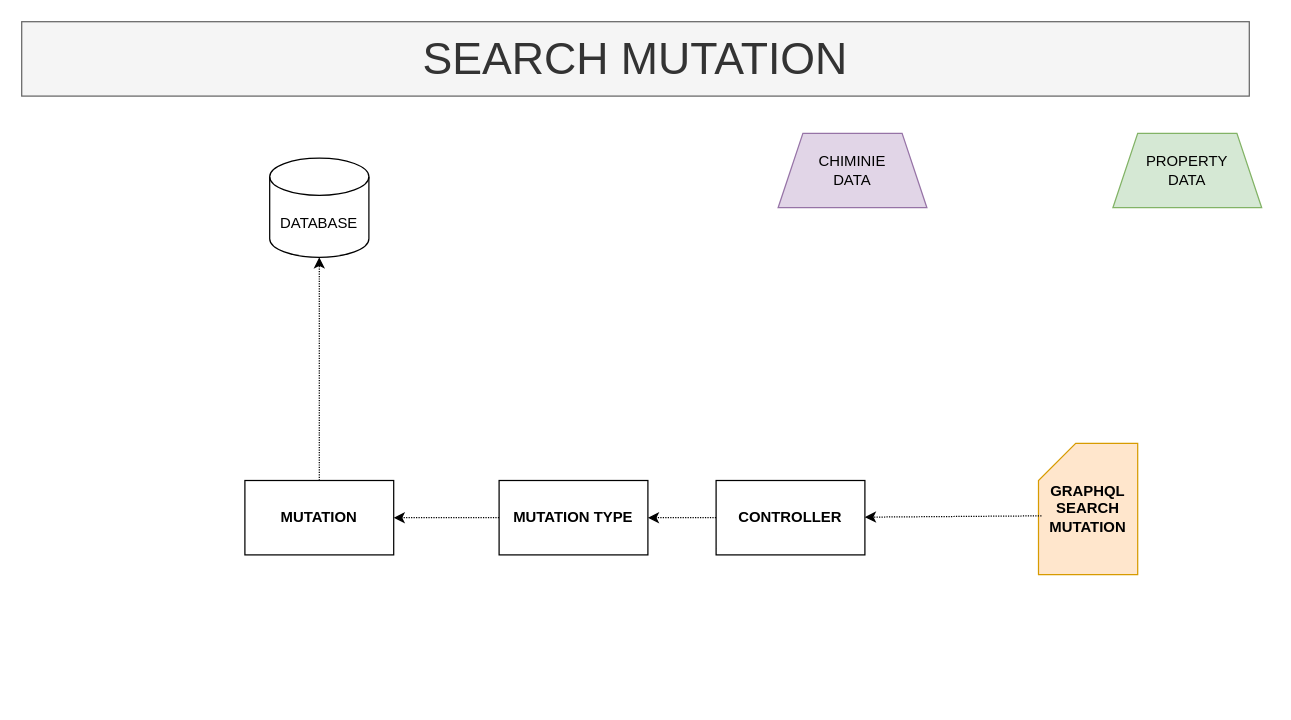
Above: page "search mutation" (1 of 2) of devops/property-dealer.drawio in kingsley-ijomah/draw.io (draw.io), before the change. Source tidied: cells renumbered, new cells numbered last; positions are measured from the earlier drawing's top-left corner, leaving out a move shared by most shapes. Both pictures are drawn from the tidied source at 124%, with x=0, y=0 at pixel (21, 21).
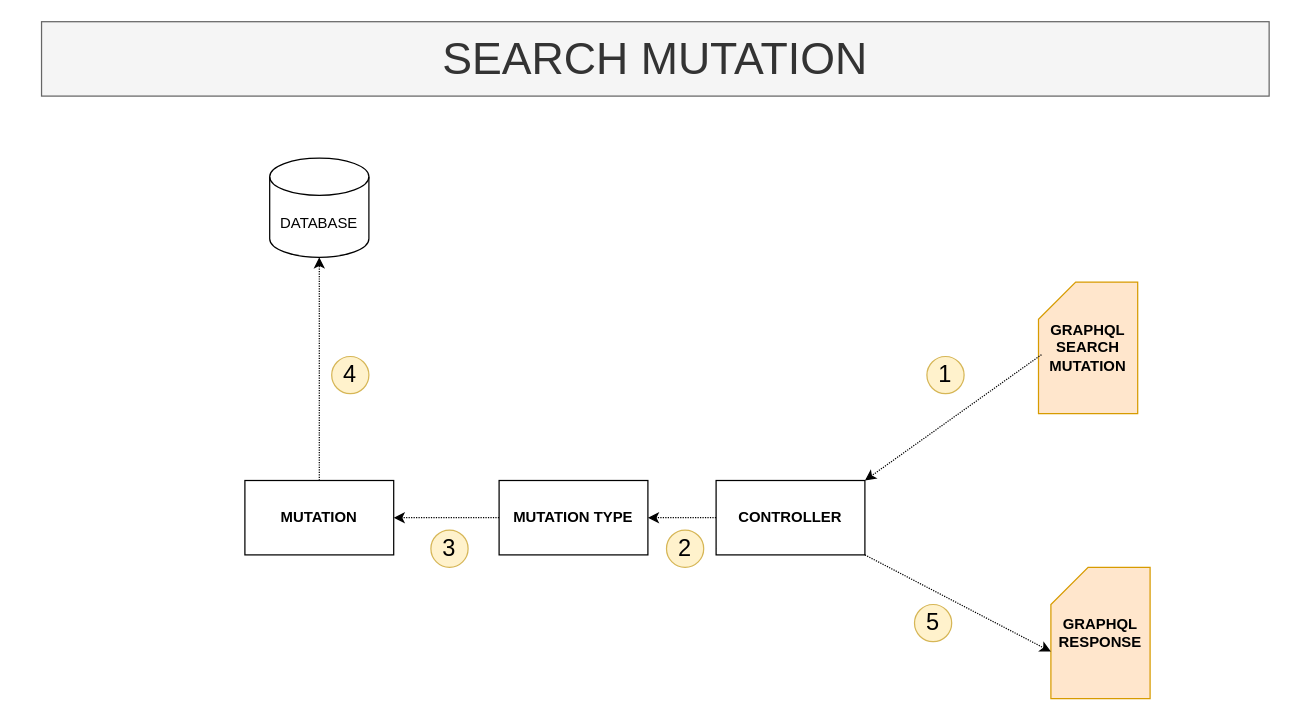
The same page after the edit.

The change refers to these unchanged cells:
```xml
<mxCell id="10" value="&lt;b&gt;CONTROLLER&lt;/b&gt;" style="rounded=0;whiteSpace=wrap;html=1;" parent="1" vertex="1">
  <mxGeometry x="560" y="370" width="120" height="60" as="geometry" />
</mxCell>
```

Change to the diagram source:
```diff
@@
     <mxCell id="2" value="&lt;b&gt;GRAPHQL&lt;/b&gt;&lt;div&gt;&lt;b&gt;SEARCH&lt;/b&gt;&lt;/div&gt;&lt;div&gt;&lt;b&gt;MUTATION&lt;/b&gt;&lt;/div&gt;" style="shape=card;whiteSpace=wrap;html=1;fillColor=#ffe6cc;strokeColor=#d79b00;" parent="1" vertex="1">
-      <mxGeometry x="820" y="340" width="80" height="106" as="geometry" />
+      <mxGeometry x="820" y="210" width="80" height="106" as="geometry" />
     </mxCell>
@@
-    <mxCell id="4" value="PROPERTY&lt;div&gt;DATA&lt;/div&gt;" style="shape=trapezoid;perimeter=trapezoidPerimeter;whiteSpace=wrap;html=1;fixedSize=1;fillColor=#d5e8d4;strokeColor=#82b366;" parent="1" vertex="1">
-      <mxGeometry x="880" y="90" width="120" height="60" as="geometry" />
-    </mxCell>
-    <mxCell id="5" value="CHIMINIE&lt;div&gt;DATA&lt;/div&gt;" style="shape=trapezoid;perimeter=trapezoidPerimeter;whiteSpace=wrap;html=1;fixedSize=1;fillColor=#e1d5e7;strokeColor=#9673a6;" parent="1" vertex="1">
-      <mxGeometry x="610" y="90" width="120" height="60" as="geometry" />
-    </mxCell>
@@
-    <mxCell id="9" style="endArrow=classic;html=1;rounded=0;exitX=0.03;exitY=0.552;exitDx=0;exitDy=0;exitPerimeter=0;dashed=1;dashPattern=1 1;" parent="1" edge="1" source="2" target="10">
+    <mxCell id="9" style="endArrow=classic;html=1;rounded=0;exitX=0.03;exitY=0.552;exitDx=0;exitDy=0;exitPerimeter=0;dashed=1;dashPattern=1 1;entryX=1;entryY=0;entryDx=0;entryDy=0;" parent="1" edge="1" source="2" target="10">
       <mxGeometry relative="1" as="geometry" />
     </mxCell>
@@
     <mxCell id="13" value="&lt;font style=&quot;font-size: 36px;&quot;&gt;SEARCH MUTATION&lt;/font&gt;" style="rounded=0;whiteSpace=wrap;html=1;fillColor=#f5f5f5;fontColor=#333333;strokeColor=#666666;" parent="1" vertex="1">
-      <mxGeometry width="990" height="60" as="geometry" />
+      <mxGeometry x="16" width="990" height="60" as="geometry" />
     </mxCell>
@@
+    <mxCell id="15" value="&lt;font style=&quot;font-size: 19px;&quot;&gt;1&lt;/font&gt;" style="ellipse;whiteSpace=wrap;html=1;fillColor=#fff2cc;strokeColor=#d6b656;" parent="1" vertex="1">
+      <mxGeometry x="730" y="270" width="30" height="30" as="geometry" />
+    </mxCell>
+    <mxCell id="16" value="&lt;font style=&quot;font-size: 19px;&quot;&gt;2&lt;/font&gt;" style="ellipse;whiteSpace=wrap;html=1;fillColor=#fff2cc;strokeColor=#d6b656;" parent="1" vertex="1">
+      <mxGeometry x="520" y="410" width="30" height="30" as="geometry" />
+    </mxCell>
+    <mxCell id="17" value="&lt;font style=&quot;font-size: 19px;&quot;&gt;3&lt;/font&gt;" style="ellipse;whiteSpace=wrap;html=1;fillColor=#fff2cc;strokeColor=#d6b656;" parent="1" vertex="1">
+      <mxGeometry x="330" y="410" width="30" height="30" as="geometry" />
+    </mxCell>
+    <mxCell id="18" value="&lt;font style=&quot;font-size: 19px;&quot;&gt;4&lt;/font&gt;" style="ellipse;whiteSpace=wrap;html=1;fillColor=#fff2cc;strokeColor=#d6b656;" parent="1" vertex="1">
+      <mxGeometry x="250" y="270" width="30" height="30" as="geometry" />
+    </mxCell>
+    <mxCell id="19" value="&lt;b&gt;GRAPHQL&lt;/b&gt;&lt;div&gt;&lt;b&gt;RESPONSE&lt;/b&gt;&lt;/div&gt;" style="shape=card;whiteSpace=wrap;html=1;fillColor=#ffe6cc;strokeColor=#d79b00;" parent="1" vertex="1">
+      <mxGeometry x="830" y="440" width="80" height="106" as="geometry" />
+    </mxCell>
+    <mxCell id="20" style="endArrow=classic;html=1;rounded=0;dashed=1;dashPattern=1 1;entryX=0;entryY=0;entryDx=0;entryDy=68;entryPerimeter=0;exitX=1;exitY=1;exitDx=0;exitDy=0;" parent="1" edge="1" source="10" target="19">
+      <mxGeometry relative="1" as="geometry" />
+    </mxCell>
+    <mxCell id="21" value="&lt;font style=&quot;font-size: 19px;&quot;&gt;5&lt;/font&gt;" style="ellipse;whiteSpace=wrap;html=1;fillColor=#fff2cc;strokeColor=#d6b656;" parent="1" vertex="1">
+      <mxGeometry x="720" y="470" width="30" height="30" as="geometry" />
+    </mxCell>
```
